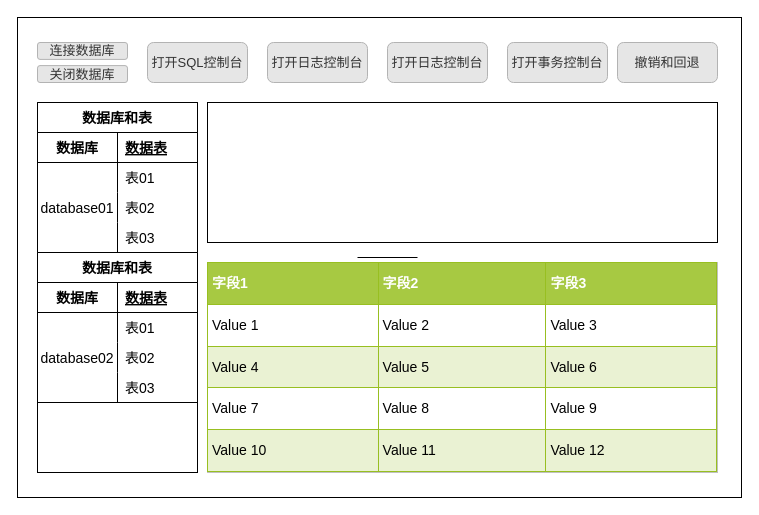
Above: page "第 2 页" (2 of 2) of 数据库设计与实验课程.drawio in GreenTee-color/Documents (draw.io), before the change. Source tidied: cells renumbered, new cells numbered last; positions are measured from the earlier drawing's top-left corner, leaving out a move shared by most shapes. Both pictures are drawn from the tidied source at 100%, with x=0, y=0 at pixel (17, 17).
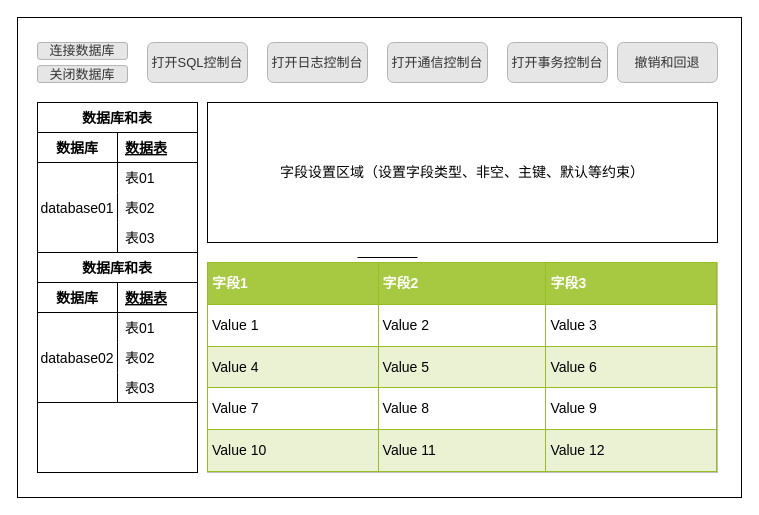
The same page after the edit.

The edit, as a diff of the source:
```diff
@@
-    <mxCell id="4" style="rounded=0;whiteSpace=wrap;html=1;fontSize=14;" parent="1" vertex="1">
+    <mxCell id="4" value="字段设置区域（设置字段类型、非空、主键、默认等约束）" style="rounded=0;whiteSpace=wrap;html=1;fontSize=14;" parent="1" vertex="1">
       <mxGeometry x="190" y="85" width="510" height="140" as="geometry" />
     </mxCell>
@@
-    <mxCell id="38" value="打开日志控制台" style="rounded=1;html=1;shadow=0;dashed=0;whiteSpace=wrap;fontSize=13;fillColor=#E6E6E6;align=center;strokeColor=#B3B3B3;fontColor=#333333;" parent="1" vertex="1">
+    <mxCell id="38" value="打开通信控制台" style="rounded=1;html=1;shadow=0;dashed=0;whiteSpace=wrap;fontSize=13;fillColor=#E6E6E6;align=center;strokeColor=#B3B3B3;fontColor=#333333;" parent="1" vertex="1">
       <mxGeometry x="370" y="25" width="100" height="40" as="geometry" />
     </mxCell>
```
